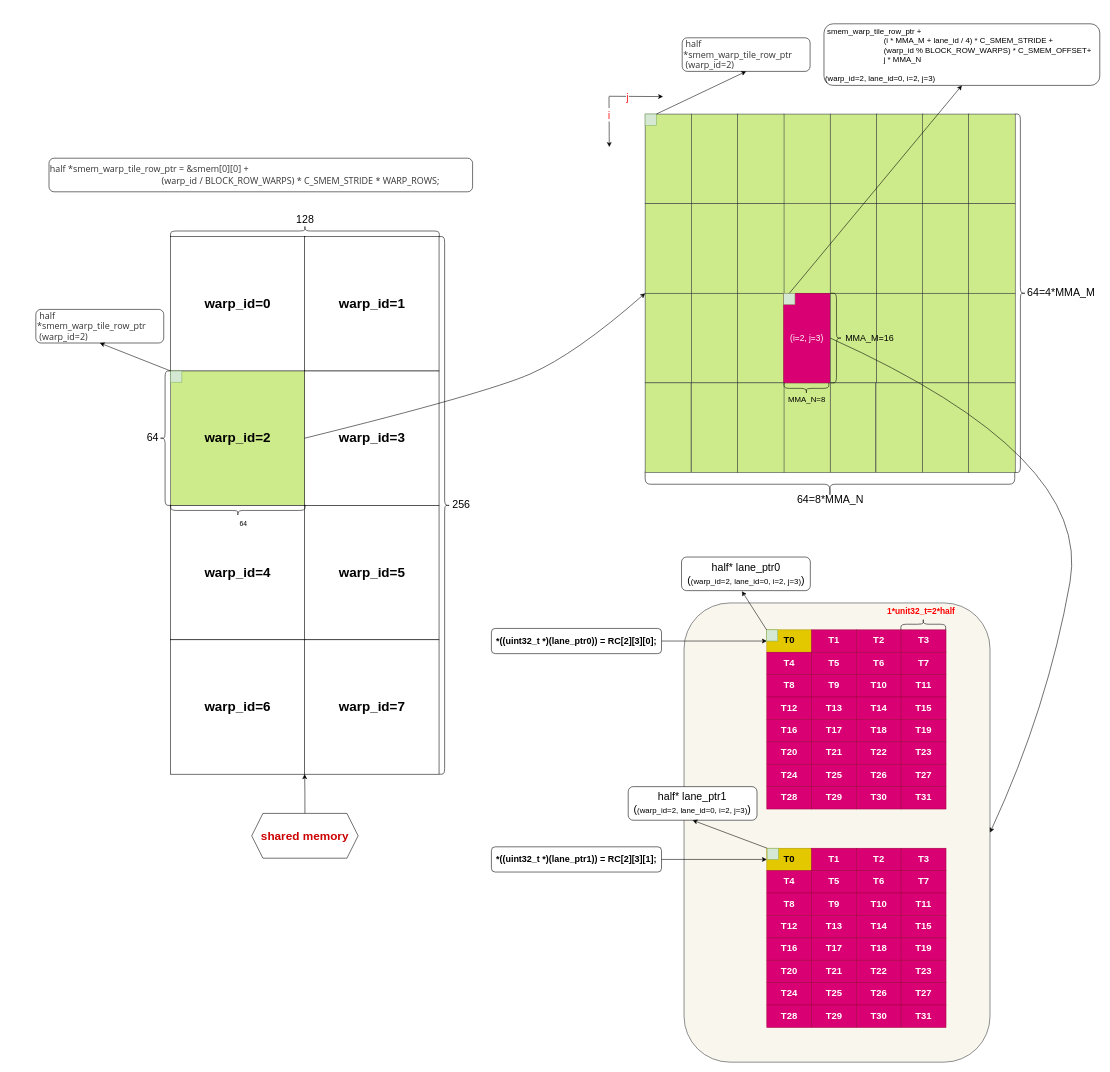
The draw.io diagram docs/mma/mma_base/imgs/matrix_C_LSD.drawio in raymond1123/hgemm, before the edit. Source tidied: cells renumbered, new cells numbered last; positions are measured from the earlier drawing's top-left corner, leaving out a move shared by most shapes. Both pictures are drawn from the tidied source at 56%, with x=0, y=0 at pixel (35, 24).
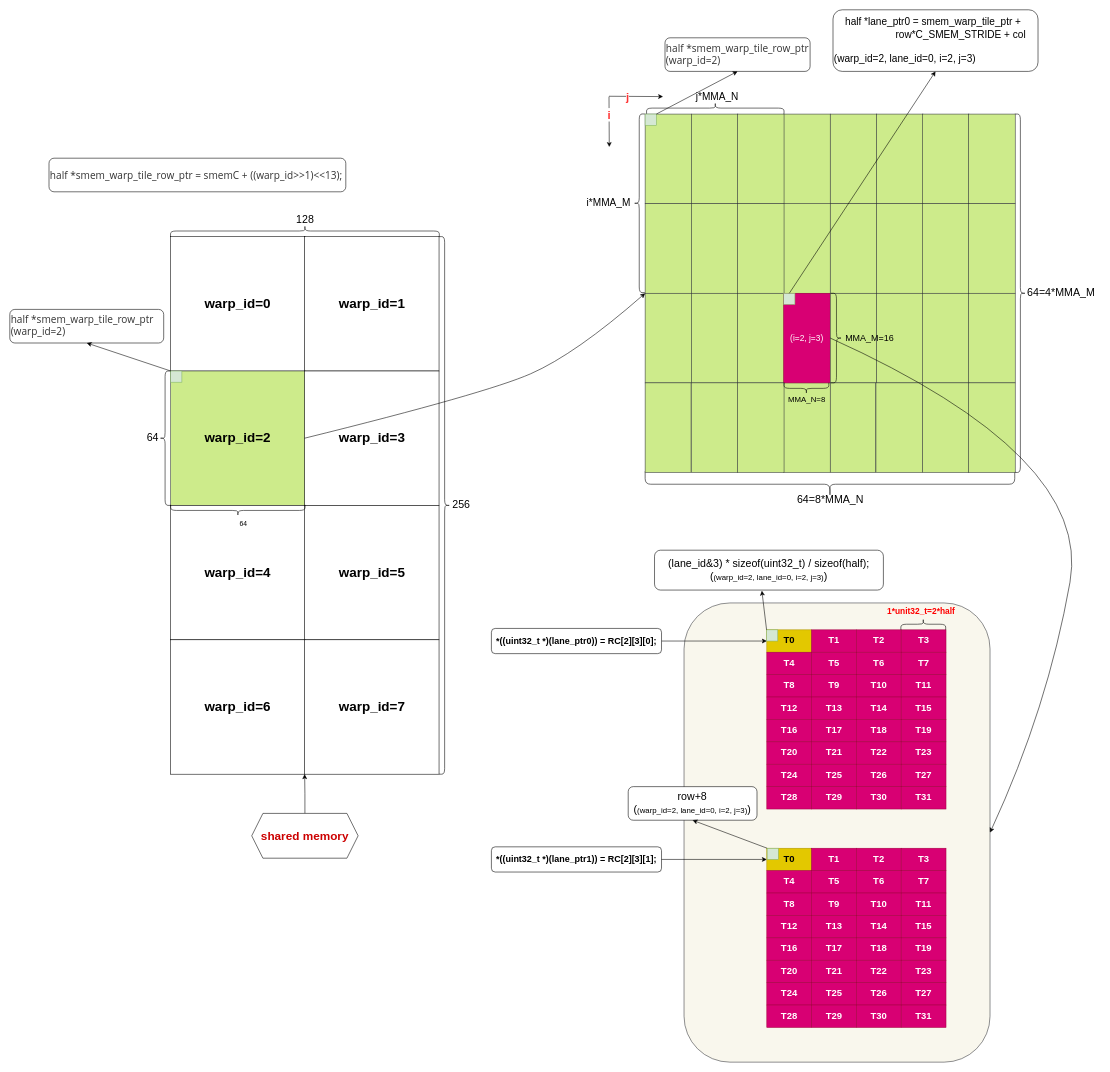
After the change.

Unchanged cells that the change refers to:
```xml
<mxCell id="69" style="endArrow=classic;html=1;rounded=0;" parent="1" edge="1">
  <mxGeometry relative="1" as="geometry">
    <mxPoint x="1024" y="130" as="sourcePoint" />
    <mxPoint x="1024.5" y="220" as="targetPoint" />
  </mxGeometry>
</mxCell>
<mxCell id="71" style="endArrow=classic;html=1;rounded=0;" parent="1" edge="1">
  <mxGeometry relative="1" as="geometry">
    <mxPoint x="1024" y="129.4" as="sourcePoint" />
    <mxPoint x="1120.5" y="130" as="targetPoint" />
  </mxGeometry>
</mxCell>
```

What changed in the source:
```diff
@@
-    <mxCell id="3" value="&lt;span style=&quot;box-sizing: border-box; caret-color: rgb(51, 51, 51); color: rgb(51, 51, 51); font-family: &amp;quot;Open Sans&amp;quot;, &amp;quot;Clear Sans&amp;quot;, &amp;quot;Helvetica Neue&amp;quot;, Helvetica, Arial, &amp;quot;Segoe UI Emoji&amp;quot;, sans-serif; font-size: 16px; orphans: 4; white-space-collapse: preserve; text-size-adjust: auto;&quot; class=&quot;md-plain md-expand&quot;&gt;half *smem_warp_tile_row_ptr = &amp;amp;smem[0][0]&lt;/span&gt;&lt;span style=&quot;box-sizing: border-box; caret-color: rgb(51, 51, 51); color: rgb(51, 51, 51); font-family: &amp;quot;Open Sans&amp;quot;, &amp;quot;Clear Sans&amp;quot;, &amp;quot;Helvetica Neue&amp;quot;, Helvetica, Arial, &amp;quot;Segoe UI Emoji&amp;quot;, sans-serif; font-size: 16px; orphans: 4; white-space-collapse: preserve; text-size-adjust: auto;&quot; class=&quot;md-plain md-expand&quot;&gt; + &lt;/span&gt;&lt;div style=&quot;&quot;&gt;&lt;span style=&quot;box-sizing: border-box; caret-color: rgb(51, 51, 51); color: rgb(51, 51, 51); font-family: &amp;quot;Open Sans&amp;quot;, &amp;quot;Clear Sans&amp;quot;, &amp;quot;Helvetica Neue&amp;quot;, Helvetica, Arial, &amp;quot;Segoe UI Emoji&amp;quot;, sans-serif; font-size: 16px; orphans: 4; white-space-collapse: preserve; text-size-adjust: auto;&quot; class=&quot;md-plain md-expand&quot;&gt;&lt;span style=&quot;white-space: pre;&quot;&gt;&#9;&lt;/span&gt;&lt;span style=&quot;white-space: pre;&quot;&gt;&#9;&lt;/span&gt;&lt;span style=&quot;white-space: pre;&quot;&gt;&#9;&lt;/span&gt;&lt;span style=&quot;white-space: pre;&quot;&gt;&#9;&lt;/span&gt;&lt;span style=&quot;white-space: pre;&quot;&gt;&#9;&lt;/span&gt;&lt;span style=&quot;white-space: pre;&quot;&gt;&#9;&lt;/span&gt;(warp_id / BLOCK_ROW_WARPS) * C_SMEM_STRIDE * WARP_ROWS;&lt;/span&gt;&lt;/div&gt;" style="rounded=1;whiteSpace=wrap;html=1;align=left;" parent="1" vertex="1">
-      <mxGeometry x="24" y="240" width="756.4" height="60" as="geometry" />
+    <mxCell id="3" value="&lt;font color=&quot;#333333&quot; face=&quot;open sans, clear sans, helvetica neue, helvetica, arial, segoe ui emoji, sans-serif&quot; style=&quot;font-size: 18px&quot;&gt;half *smem_warp_tile_row_ptr = smemC + ((warp_id&amp;gt;&amp;gt;1)&amp;lt;&amp;lt;13);&lt;/font&gt;" style="rounded=1;whiteSpace=wrap;html=1;align=left;" parent="1" vertex="1">
+      <mxGeometry x="24" y="240" width="530" height="60" as="geometry" />
     </mxCell>
@@
-    <mxCell id="23" value="&lt;span style=&quot;box-sizing: border-box; caret-color: rgb(51, 51, 51); color: rgb(51, 51, 51); font-family: &amp;quot;Open Sans&amp;quot;, &amp;quot;Clear Sans&amp;quot;, &amp;quot;Helvetica Neue&amp;quot;, Helvetica, Arial, &amp;quot;Segoe UI Emoji&amp;quot;, sans-serif; font-size: 16px; orphans: 4; white-space-collapse: preserve; text-size-adjust: auto;&quot; class=&quot;md-plain md-expand&quot;&gt; half *smem_warp_tile_row_ptr&lt;/span&gt;&lt;div&gt;&lt;span style=&quot;box-sizing: border-box; caret-color: rgb(51, 51, 51); color: rgb(51, 51, 51); font-family: &amp;quot;Open Sans&amp;quot;, &amp;quot;Clear Sans&amp;quot;, &amp;quot;Helvetica Neue&amp;quot;, Helvetica, Arial, &amp;quot;Segoe UI Emoji&amp;quot;, sans-serif; font-size: 16px; orphans: 4; white-space-collapse: preserve; text-size-adjust: auto;&quot; class=&quot;md-plain md-expand&quot;&gt; (warp_id=2)&lt;/span&gt;&lt;/div&gt;" style="rounded=1;whiteSpace=wrap;html=1;align=left;" parent="1" vertex="1">
-      <mxGeometry x="0.5" y="510" width="228.4" height="60" as="geometry" />
+    <mxCell id="23" value="&lt;span style=&quot;box-sizing: border-box ; color: rgb(51 , 51 , 51) ; font-family: &amp;#34;open sans&amp;#34; , &amp;#34;clear sans&amp;#34; , &amp;#34;helvetica neue&amp;#34; , &amp;#34;helvetica&amp;#34; , &amp;#34;arial&amp;#34; , &amp;#34;segoe ui emoji&amp;#34; , sans-serif ; font-size: 18px&quot; class=&quot;md-plain md-expand&quot;&gt;&lt;font style=&quot;font-size: 18px&quot;&gt; half *smem_warp_tile_row_ptr&lt;/font&gt;&lt;/span&gt;&lt;div style=&quot;font-size: 18px&quot;&gt;&lt;span style=&quot;box-sizing: border-box ; color: rgb(51 , 51 , 51) ; font-family: &amp;#34;open sans&amp;#34; , &amp;#34;clear sans&amp;#34; , &amp;#34;helvetica neue&amp;#34; , &amp;#34;helvetica&amp;#34; , &amp;#34;arial&amp;#34; , &amp;#34;segoe ui emoji&amp;#34; , sans-serif&quot; class=&quot;md-plain md-expand&quot;&gt;&lt;font style=&quot;font-size: 18px&quot;&gt; (warp_id=2)&lt;/font&gt;&lt;/span&gt;&lt;/div&gt;" style="rounded=1;whiteSpace=wrap;html=1;align=left;" parent="1" vertex="1">
+      <mxGeometry x="-46" y="510" width="274.8" height="60" as="geometry" />
     </mxCell>
@@
-    <mxCell id="64" value="&lt;span style=&quot;box-sizing: border-box; caret-color: rgb(51, 51, 51); color: rgb(51, 51, 51); font-family: &amp;quot;Open Sans&amp;quot;, &amp;quot;Clear Sans&amp;quot;, &amp;quot;Helvetica Neue&amp;quot;, Helvetica, Arial, &amp;quot;Segoe UI Emoji&amp;quot;, sans-serif; font-size: 16px; orphans: 4; white-space-collapse: preserve; text-size-adjust: auto;&quot; class=&quot;md-plain md-expand&quot;&gt; half *smem_warp_tile_row_ptr&lt;/span&gt;&lt;div&gt;&lt;span style=&quot;box-sizing: border-box; caret-color: rgb(51, 51, 51); color: rgb(51, 51, 51); font-family: &amp;quot;Open Sans&amp;quot;, &amp;quot;Clear Sans&amp;quot;, &amp;quot;Helvetica Neue&amp;quot;, Helvetica, Arial, &amp;quot;Segoe UI Emoji&amp;quot;, sans-serif; font-size: 16px; orphans: 4; white-space-collapse: preserve; text-size-adjust: auto;&quot; class=&quot;md-plain md-expand&quot;&gt; (warp_id=2)&lt;/span&gt;&lt;/div&gt;" style="rounded=1;whiteSpace=wrap;html=1;align=left;" parent="1" vertex="1">
-      <mxGeometry x="1154.7" y="25" width="228.4" height="60" as="geometry" />
+    <mxCell id="64" value="&lt;span style=&quot;box-sizing: border-box ; color: rgb(51 , 51 , 51) ; font-family: &amp;#34;open sans&amp;#34; , &amp;#34;clear sans&amp;#34; , &amp;#34;helvetica neue&amp;#34; , &amp;#34;helvetica&amp;#34; , &amp;#34;arial&amp;#34; , &amp;#34;segoe ui emoji&amp;#34; , sans-serif ; font-size: 18px&quot; class=&quot;md-plain md-expand&quot;&gt;&lt;font style=&quot;font-size: 18px&quot;&gt; half *smem_warp_tile_row_ptr&lt;/font&gt;&lt;/span&gt;&lt;div style=&quot;font-size: 18px&quot;&gt;&lt;span style=&quot;box-sizing: border-box ; color: rgb(51 , 51 , 51) ; font-family: &amp;#34;open sans&amp;#34; , &amp;#34;clear sans&amp;#34; , &amp;#34;helvetica neue&amp;#34; , &amp;#34;helvetica&amp;#34; , &amp;#34;arial&amp;#34; , &amp;#34;segoe ui emoji&amp;#34; , sans-serif&quot; class=&quot;md-plain md-expand&quot;&gt;&lt;font style=&quot;font-size: 18px&quot;&gt; (warp_id=2)&lt;/font&gt;&lt;/span&gt;&lt;/div&gt;" style="rounded=1;whiteSpace=wrap;html=1;align=left;" parent="1" vertex="1">
+      <mxGeometry x="1124" y="25" width="259.1" height="60" as="geometry" />
     </mxCell>
@@
-    <mxCell id="66" value="&lt;div style=&quot;font-size: 14px;&quot;&gt;&lt;div&gt;&amp;nbsp;smem_warp_tile_row_ptr +&amp;nbsp;&lt;/div&gt;&lt;div&gt;&lt;span style=&quot;white-space: pre;&quot;&gt;&#9;&lt;/span&gt;&lt;span style=&quot;white-space: pre;&quot;&gt;&#9;&lt;/span&gt;&lt;span style=&quot;white-space: pre;&quot;&gt;&#9;&lt;/span&gt;&amp;nbsp; &amp;nbsp;(i * MMA_M + lane_id / 4) * C_SMEM_STRIDE +&lt;/div&gt;&lt;div&gt;&amp;nbsp;&lt;span style=&quot;white-space: pre;&quot;&gt;&#9;&lt;/span&gt;&lt;span style=&quot;white-space: pre;&quot;&gt;&#9;&lt;/span&gt;&lt;span style=&quot;white-space: pre;&quot;&gt;&#9;&lt;/span&gt;&amp;nbsp; &amp;nbsp;(warp_id % BLOCK_ROW_WARPS) * C_SMEM_OFFSET+&lt;/div&gt;&lt;div&gt;&lt;span style=&quot;white-space: pre;&quot;&gt;&#9;&lt;/span&gt;&lt;span style=&quot;white-space: pre;&quot;&gt;&#9;&lt;/span&gt;&lt;span style=&quot;white-space: pre;&quot;&gt;&#9;&lt;/span&gt;&amp;nbsp; &amp;nbsp;j * MMA_N&lt;br&gt;&lt;/div&gt;&lt;div&gt;&lt;br&gt;&lt;/div&gt;&lt;/div&gt;&lt;div style=&quot;font-size: 14px;&quot;&gt;&lt;span style=&quot;background-color: initial;&quot;&gt;(warp_id=2, lane_id=0, i=2, j=3)&lt;/span&gt;&lt;/div&gt;" style="rounded=1;whiteSpace=wrap;html=1;align=left;" parent="1" vertex="1">
-      <mxGeometry x="1407.9" width="492.5" height="110" as="geometry" />
+    <mxCell id="66" value="&lt;div&gt;&lt;div&gt;&lt;div&gt;&lt;span style=&quot;font-size: 18px&quot;&gt;&amp;nbsp; &amp;nbsp; half *lane_ptr0 = smem_warp_tile_ptr +&lt;/span&gt;&lt;/div&gt;&lt;div&gt;&lt;span style=&quot;font-size: 18px&quot;&gt;&amp;nbsp; &amp;nbsp; &amp;nbsp; &amp;nbsp; &amp;nbsp; &amp;nbsp; &amp;nbsp; &amp;nbsp; &amp;nbsp; &amp;nbsp; &amp;nbsp; row*C_SMEM_STRIDE + col&lt;/span&gt;&lt;/div&gt;&lt;/div&gt;&lt;div style=&quot;font-size: 18px&quot;&gt;&lt;font style=&quot;font-size: 18px&quot;&gt;&lt;br&gt;&lt;/font&gt;&lt;/div&gt;&lt;/div&gt;&lt;div style=&quot;font-size: 18px&quot;&gt;&lt;font style=&quot;font-size: 18px&quot;&gt;(warp_id=2, lane_id=0, i=2, j=3)&lt;/font&gt;&lt;/div&gt;" style="rounded=1;whiteSpace=wrap;html=1;align=left;" parent="1" vertex="1">
+      <mxGeometry x="1424" y="-25" width="366.1" height="110" as="geometry" />
     </mxCell>
@@
-    <mxCell id="70" value="&lt;font color=&quot;#ff3333&quot; style=&quot;font-size: 20px;&quot;&gt;i&lt;/font&gt;" style="edgeLabel;html=1;align=center;verticalAlign=middle;" parent="69" vertex="1">
+    <mxCell id="70" value="&lt;font color=&quot;#ff3333&quot; style=&quot;font-size: 20px&quot;&gt;&lt;b&gt;i&lt;/b&gt;&lt;/font&gt;" style="edgeLabel;html=1;align=center;verticalAlign=middle;" parent="69" vertex="1">
       <mxGeometry x="-0.32" y="-1" relative="1" as="geometry" />
     </mxCell>
@@
-    <mxCell id="72" value="&lt;font color=&quot;#ff3333&quot; style=&quot;font-size: 20px;&quot;&gt;j&lt;/font&gt;" style="edgeLabel;html=1;align=center;verticalAlign=middle;" parent="71" vertex="1">
+    <mxCell id="72" value="&lt;font color=&quot;#ff3333&quot; style=&quot;font-size: 20px&quot;&gt;&lt;b&gt;j&lt;/b&gt;&lt;/font&gt;" style="edgeLabel;html=1;align=center;verticalAlign=middle;" parent="71" vertex="1">
       <mxGeometry x="-0.32" y="-1" relative="1" as="geometry" />
     </mxCell>
@@
-    <mxCell id="142" value="&lt;font style=&quot;font-size: 19px;&quot;&gt;half* lane_ptr0&lt;/font&gt;&lt;div&gt;&lt;font style=&quot;font-size: 19px;&quot;&gt;(&lt;/font&gt;&lt;span style=&quot;font-size: 14px; text-align: left; background-color: initial;&quot;&gt;(warp_id=2, lane_id=0, i=2, j=3)&lt;/span&gt;&lt;span style=&quot;font-size: 19px; background-color: initial;&quot;&gt;)&lt;/span&gt;&lt;/div&gt;" style="rounded=1;whiteSpace=wrap;html=1;" parent="1" vertex="1">
-      <mxGeometry x="1153.5" y="952.2" width="230" height="60" as="geometry" />
+    <mxCell id="142" value="&lt;font&gt;&lt;span style=&quot;font-size: 19px&quot;&gt;(lane_id&amp;amp;3) * sizeof(uint32_t) / sizeof(half);&lt;/span&gt;&lt;br&gt;&lt;/font&gt;&lt;div&gt;&lt;font style=&quot;font-size: 19px&quot;&gt;(&lt;/font&gt;&lt;span style=&quot;font-size: 14px ; text-align: left&quot;&gt;(warp_id=2, lane_id=0, i=2, j=3)&lt;/span&gt;&lt;span style=&quot;font-size: 19px&quot;&gt;)&lt;/span&gt;&lt;/div&gt;" style="rounded=1;whiteSpace=wrap;html=1;" parent="1" vertex="1">
+      <mxGeometry x="1105.3" y="940" width="408.7" height="71.2" as="geometry" />
     </mxCell>
@@
-    <mxCell id="145" value="&lt;font style=&quot;font-size: 19px;&quot;&gt;half* lane_ptr1&lt;/font&gt;&lt;div&gt;&lt;font style=&quot;font-size: 19px;&quot;&gt;(&lt;/font&gt;&lt;span style=&quot;font-size: 14px; text-align: left; background-color: initial;&quot;&gt;(warp_id=2, lane_id=0, i=2, j=3)&lt;/span&gt;&lt;span style=&quot;font-size: 19px; background-color: initial;&quot;&gt;)&lt;/span&gt;&lt;/div&gt;" style="rounded=1;whiteSpace=wrap;html=1;" parent="1" vertex="1">
+    <mxCell id="145" value="&lt;font style=&quot;font-size: 19px&quot;&gt;row+8&lt;/font&gt;&lt;div&gt;&lt;font style=&quot;font-size: 19px&quot;&gt;(&lt;/font&gt;&lt;span style=&quot;font-size: 14px ; text-align: left&quot;&gt;(warp_id=2, lane_id=0, i=2, j=3)&lt;/span&gt;&lt;span style=&quot;font-size: 19px&quot;&gt;)&lt;/span&gt;&lt;/div&gt;" style="rounded=1;whiteSpace=wrap;html=1;" parent="1" vertex="1">
       <mxGeometry x="1058.3" y="1362.2" width="230" height="60" as="geometry" />
     </mxCell>
@@
+    <mxCell id="153" style="shape=curlyBracket;whiteSpace=wrap;html=1;rounded=1;" parent="1" vertex="1">
+      <mxGeometry x="1068" y="161" width="20" height="319" as="geometry" />
+    </mxCell>
+    <mxCell id="154" value="&lt;font style=&quot;font-size: 18px&quot;&gt;i*MMA_M&lt;/font&gt;" style="text;html=1;align=center;verticalAlign=middle;" parent="1" vertex="1">
+      <mxGeometry x="978" y="310" width="90" height="20" as="geometry" />
+    </mxCell>
+    <mxCell id="155" style="shape=curlyBracket;whiteSpace=wrap;html=1;rounded=1;rotation=90;" parent="1" vertex="1">
+      <mxGeometry x="1203.8" y="27.8" width="20" height="245.5" as="geometry" />
+    </mxCell>
+    <mxCell id="156" value="&lt;font style=&quot;font-size: 18px&quot;&gt;j*MMA_N&lt;/font&gt;" style="text;html=1;align=center;verticalAlign=middle;" parent="1" vertex="1">
+      <mxGeometry x="1171.5" y="120" width="90" height="20" as="geometry" />
+    </mxCell>
```
